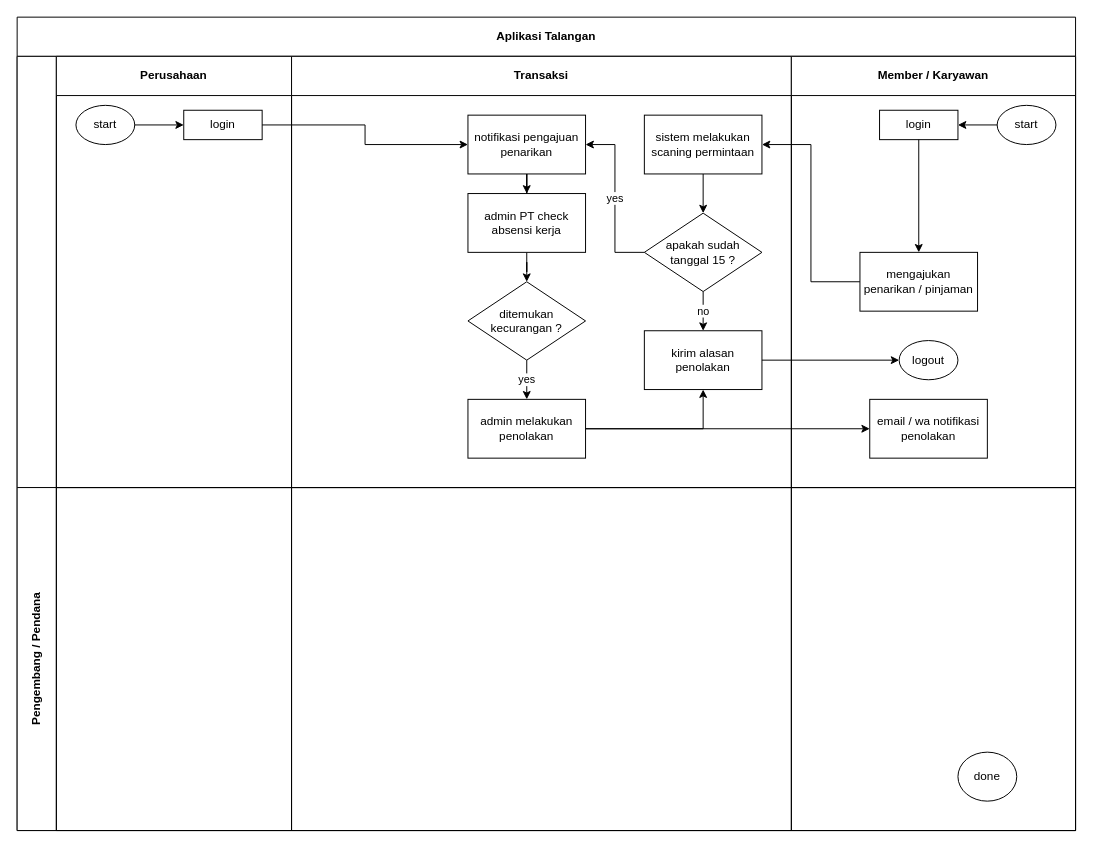
Earlier version of the draw.io diagram Transaksi Aplikasi Diagram.drawio (taufik22/LARAVEL-AIRPUTIH). Source tidied: cells renumbered, new cells numbered last; positions are measured from the earlier drawing's top-left corner, leaving out a move shared by most shapes. Both pictures are drawn from the tidied source at 98%, with x=0, y=0 at pixel (17, 17).
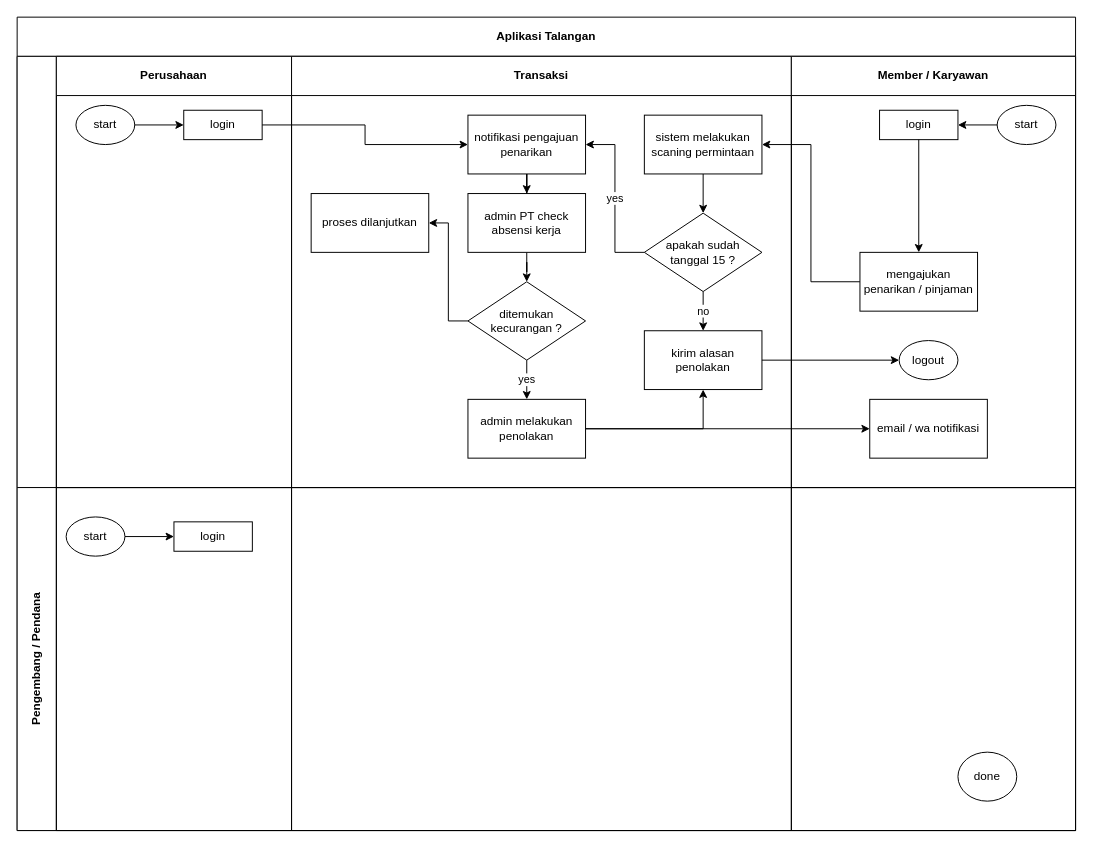
The same page after the edit.

Unchanged cells that the change refers to:
```xml
<mxCell id="8" value="Transaksi" style="swimlane;startSize=40;html=1;whiteSpace=wrap;" parent="3" vertex="1">
  <mxGeometry x="280" width="510" height="440" as="geometry" />
</mxCell>
<mxCell id="19" value="ditemukan kecurangan ?" style="rhombus;whiteSpace=wrap;html=1;" parent="8" vertex="1">
  <mxGeometry x="180" y="230" width="120" height="80" as="geometry" />
</mxCell>
<mxCell id="23" value="Member / Karyawan" style="swimlane;startSize=40;html=1;whiteSpace=wrap;" parent="3" vertex="1">
  <mxGeometry x="790" width="290" height="440" as="geometry" />
</mxCell>
<mxCell id="33" style="swimlane;startSize=0;html=1;whiteSpace=wrap;" parent="32" vertex="1">
  <mxGeometry x="40" width="240" height="350" as="geometry" />
</mxCell>
```

Diff of the diagram source:
```diff
@@
+    <mxCell id="40" value="proses dilanjutkan" style="whiteSpace=wrap;html=1;" parent="8" vertex="1">
+      <mxGeometry x="20" y="140" width="120" height="60" as="geometry" />
+    </mxCell>
+    <mxCell id="41" style="edgeStyle=orthogonalEdgeStyle;rounded=0;jettySize=auto;html=1;entryX=1;entryY=0.5;entryDx=0;entryDy=0;" parent="8" edge="1" source="19" target="40">
+      <mxGeometry relative="1" as="geometry" />
+    </mxCell>
@@
-    <mxCell id="28" value="email / wa notifikasi penolakan" style="whiteSpace=wrap;html=1;" parent="23" vertex="1">
+    <mxCell id="28" value="email / wa notifikasi" style="whiteSpace=wrap;html=1;" parent="23" vertex="1">
       <mxGeometry x="80" y="350" width="120" height="60" as="geometry" />
     </mxCell>
@@
+    <mxCell id="42" style="edgeStyle=orthogonalEdgeStyle;rounded=0;jettySize=auto;html=1;entryX=0;entryY=0.5;entryDx=0;entryDy=0;" parent="33" edge="1" source="43" target="44">
+      <mxGeometry relative="1" as="geometry" />
+    </mxCell>
+    <mxCell id="43" value="start" style="ellipse;whiteSpace=wrap;html=1;" parent="33" vertex="1">
+      <mxGeometry x="10" y="30" width="60" height="40" as="geometry" />
+    </mxCell>
+    <mxCell id="44" value="login" style="whiteSpace=wrap;html=1;" parent="33" vertex="1">
+      <mxGeometry x="120" y="35" width="80" height="30" as="geometry" />
+    </mxCell>
```
